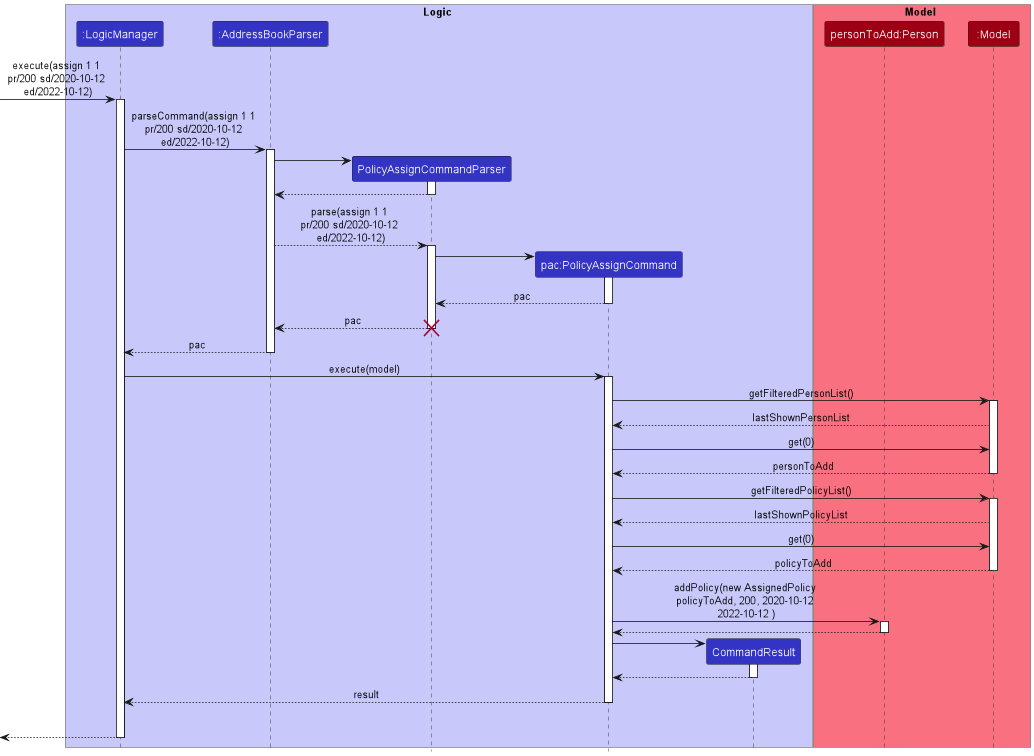
Before: docs/images/AssignPolicySequenceDiagram.png, a diagram exported from PlantUML (nus-cs2103-AY2223S1/tp). The source it was exported from:
```plantuml
@startuml
!include style.puml

box Logic LOGIC_COLOR_T1
participant ":LogicManager" as LogicManager LOGIC_COLOR
participant ":AddressBookParser" as AddressBookParser LOGIC_COLOR
participant "PolicyAssignCommandParser" as PolicyAssignCommandParser LOGIC_COLOR
participant "pac:PolicyAssignCommand" as PolicyAssignCommand LOGIC_COLOR
participant "CommandResult" as CommandResult LOGIC_COLOR
end box

box Model MODEL_COLOR_T1
participant "personToAdd:Person" as Person MODEL_COLOR
participant ":Model" as Model MODEL_COLOR
end box
[-> LogicManager : execute(assign 1 1 \npr/200 sd/2020-10-12 \ned/2022-10-12)
activate LogicManager

LogicManager -> AddressBookParser : parseCommand(assign 1 1 \npr/200 sd/2020-10-12 \ned/2022-10-12)
activate AddressBookParser

create PolicyAssignCommandParser
AddressBookParser -> PolicyAssignCommandParser :
activate PolicyAssignCommandParser

PolicyAssignCommandParser --> AddressBookParser
deactivate PolicyAssignCommandParser

AddressBookParser --> PolicyAssignCommandParser: parse(assign 1 1 \npr/200 sd/2020-10-12 \ned/2022-10-12)
activate PolicyAssignCommandParser

create PolicyAssignCommand
PolicyAssignCommandParser -> PolicyAssignCommand :
activate PolicyAssignCommand

PolicyAssignCommand --> PolicyAssignCommandParser : pac
deactivate PolicyAssignCommand

PolicyAssignCommandParser --> AddressBookParser :pac
destroy PolicyAssignCommandParser

AddressBookParser --> LogicManager : pac
deactivate AddressBookParser

LogicManager -> PolicyAssignCommand : execute(model)
activate PolicyAssignCommand

PolicyAssignCommand -> Model : getFilteredPersonList()
activate Model

Model --> PolicyAssignCommand : lastShownPersonList

PolicyAssignCommand -> Model : get(0)
Model --> PolicyAssignCommand: personToAdd
deactivate Model

PolicyAssignCommand -> Model : getFilteredPolicyList()
activate Model

Model --> PolicyAssignCommand : lastShownPolicyList

PolicyAssignCommand -> Model : get(0)
Model --> PolicyAssignCommand: policyToAdd
deactivate Model

PolicyAssignCommand -> Person:addPolicy(new AssignedPolicy \npolicyToAdd, 200, 2020-10-12 \n2022-10-12 )
activate Person
Person --> PolicyAssignCommand
deactivate Person

create CommandResult
PolicyAssignCommand -> CommandResult
activate CommandResult

CommandResult --> PolicyAssignCommand
deactivate CommandResult

PolicyAssignCommand --> LogicManager : result
deactivate PolicyAssignCommand
PolicyAssignCommand -[hidden]-> LogicManager : result


[<--LogicManager
deactivate LogicManager
@enduml
```
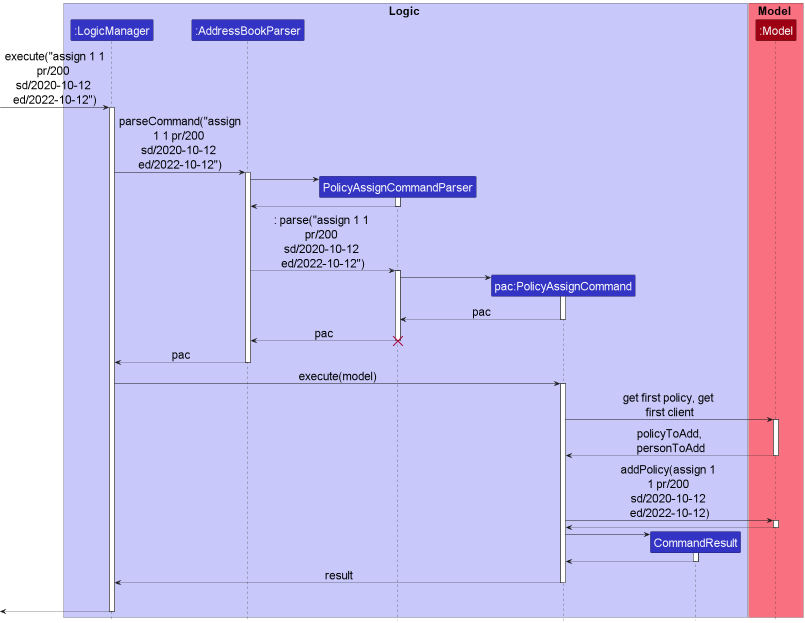
Later version of the same file.

Diff of the diagram source:
```diff
@@ -1,5 +1,8 @@
 @startuml
 !include style.puml
+
+skinparam defaultFontSize 23
+skinparam maxMessageSize 200
 
 box Logic LOGIC_COLOR_T1
 participant ":LogicManager" as LogicManager LOGIC_COLOR
@@ -10,23 +13,23 @@
 end box
 
 box Model MODEL_COLOR_T1
-participant "personToAdd:Person" as Person MODEL_COLOR
 participant ":Model" as Model MODEL_COLOR
 end box
-[-> LogicManager : execute(assign 1 1 \npr/200 sd/2020-10-12 \ned/2022-10-12)
+
+[-> LogicManager: execute("assign 1 1 pr/200 sd/2020-10-12 ed/2022-10-12")
 activate LogicManager
 
-LogicManager -> AddressBookParser : parseCommand(assign 1 1 \npr/200 sd/2020-10-12 \ned/2022-10-12)
+LogicManager -> AddressBookParser: parseCommand("assign 1 1 pr/200 sd/2020-10-12 ed/2022-10-12")
 activate AddressBookParser
 
 create PolicyAssignCommandParser
-AddressBookParser -> PolicyAssignCommandParser :
+AddressBookParser -> PolicyAssignCommandParser
 activate PolicyAssignCommandParser
 
 PolicyAssignCommandParser --> AddressBookParser
 deactivate PolicyAssignCommandParser
 
-AddressBookParser --> PolicyAssignCommandParser: parse(assign 1 1 \npr/200 sd/2020-10-12 \ned/2022-10-12)
+AddressBookParser --> PolicyAssignCommandParser:: parse("assign 1 1 pr/200 sd/2020-10-12 ed/2022-10-12")
 activate PolicyAssignCommandParser
 
 create PolicyAssignCommand
@@ -45,28 +48,18 @@
 LogicManager -> PolicyAssignCommand : execute(model)
 activate PolicyAssignCommand
 
-PolicyAssignCommand -> Model : getFilteredPersonList()
+PolicyAssignCommand -> Model : get first policy, get first client
 activate Model
 
-Model --> PolicyAssignCommand : lastShownPersonList
 
-PolicyAssignCommand -> Model : get(0)
-Model --> PolicyAssignCommand: personToAdd
+Model --> PolicyAssignCommand: policyToAdd, personToAdd
 deactivate Model
 
-PolicyAssignCommand -> Model : getFilteredPolicyList()
+PolicyAssignCommand -> Model:addPolicy(assign 1 1 pr/200 sd/2020-10-12 ed/2022-10-12)
 activate Model
 
-Model --> PolicyAssignCommand : lastShownPolicyList
-
-PolicyAssignCommand -> Model : get(0)
-Model --> PolicyAssignCommand: policyToAdd
+Model --> PolicyAssignCommand
 deactivate Model
-
-PolicyAssignCommand -> Person:addPolicy(new AssignedPolicy \npolicyToAdd, 200, 2020-10-12 \n2022-10-12 )
-activate Person
-Person --> PolicyAssignCommand
-deactivate Person
 
 create CommandResult
 PolicyAssignCommand -> CommandResult
```
